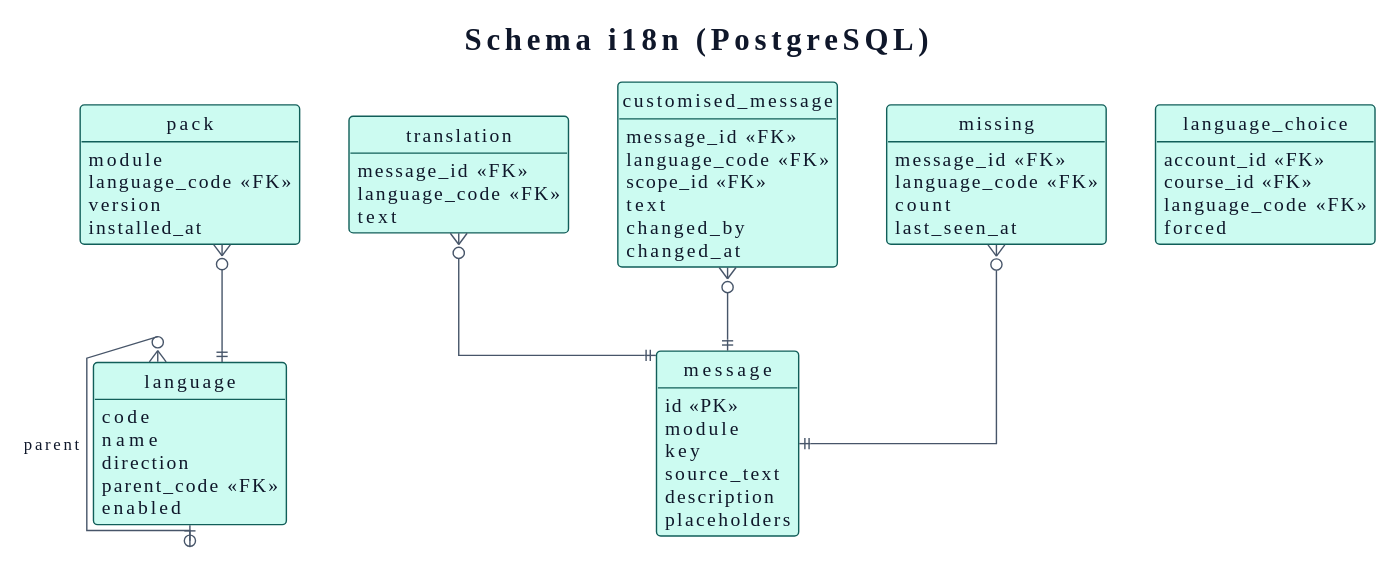
The PlantUML diagram docs/03-design/data-model/i18n.svg in didactika/kampus, before a commit.
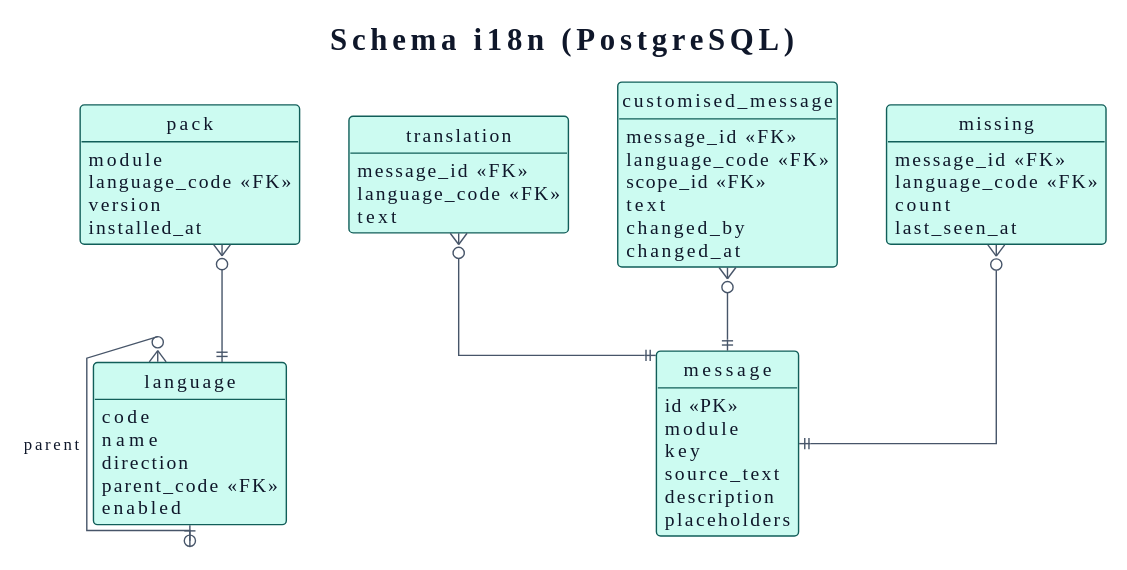
Later version of the same file.

What changed in the source:
```diff
@@ -142,12 +142,6 @@
   changed_by
   changed_at
 }
-entity language_choice {
-  account_id <<FK>>
-  course_id <<FK>>
-  language_code <<FK>>
-  forced
-}
 entity missing {
   message_id <<FK>>
   language_code <<FK>>
```
